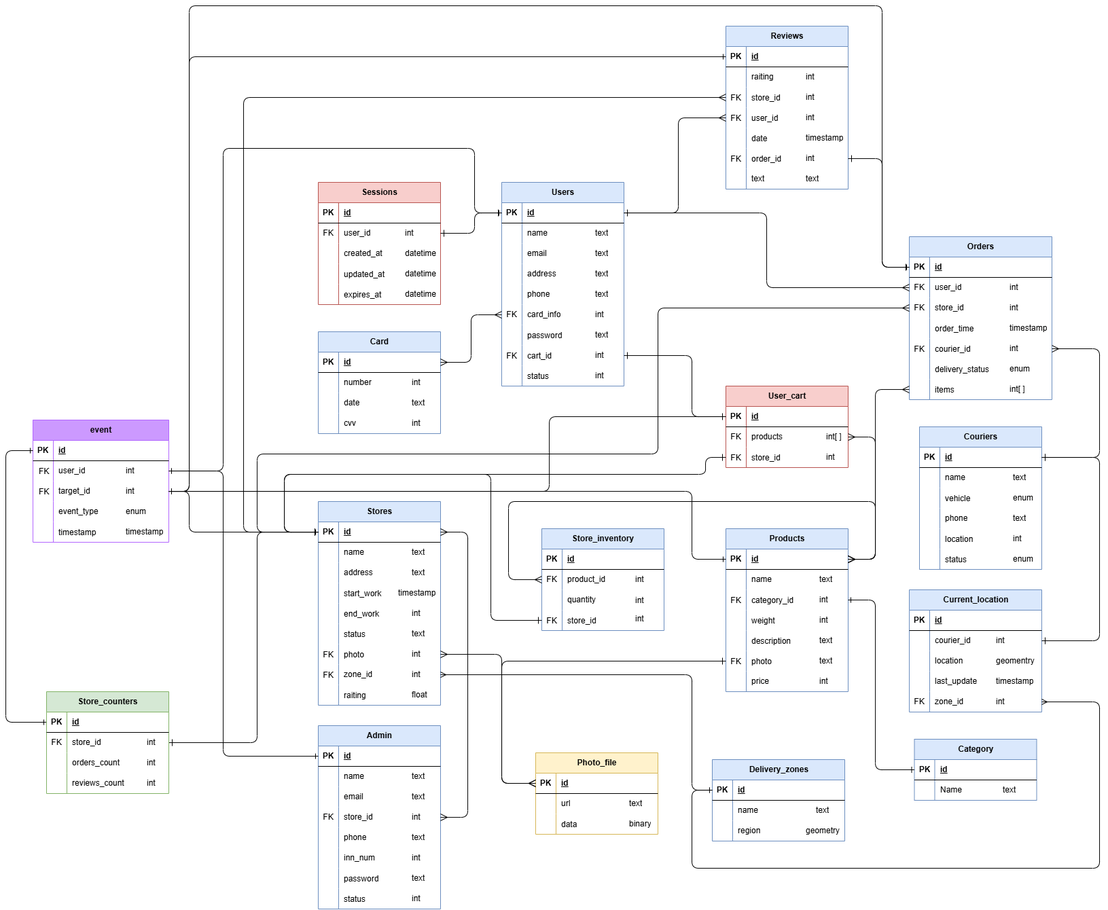
Earlier version of the draw.io export Логическая БД DZ5.png (Tovardas/TP_Highload_YandexEda). Source tidied: cells renumbered, new cells last; positions are measured from the earlier drawing's top-left corner, leaving out a move shared by most shapes.
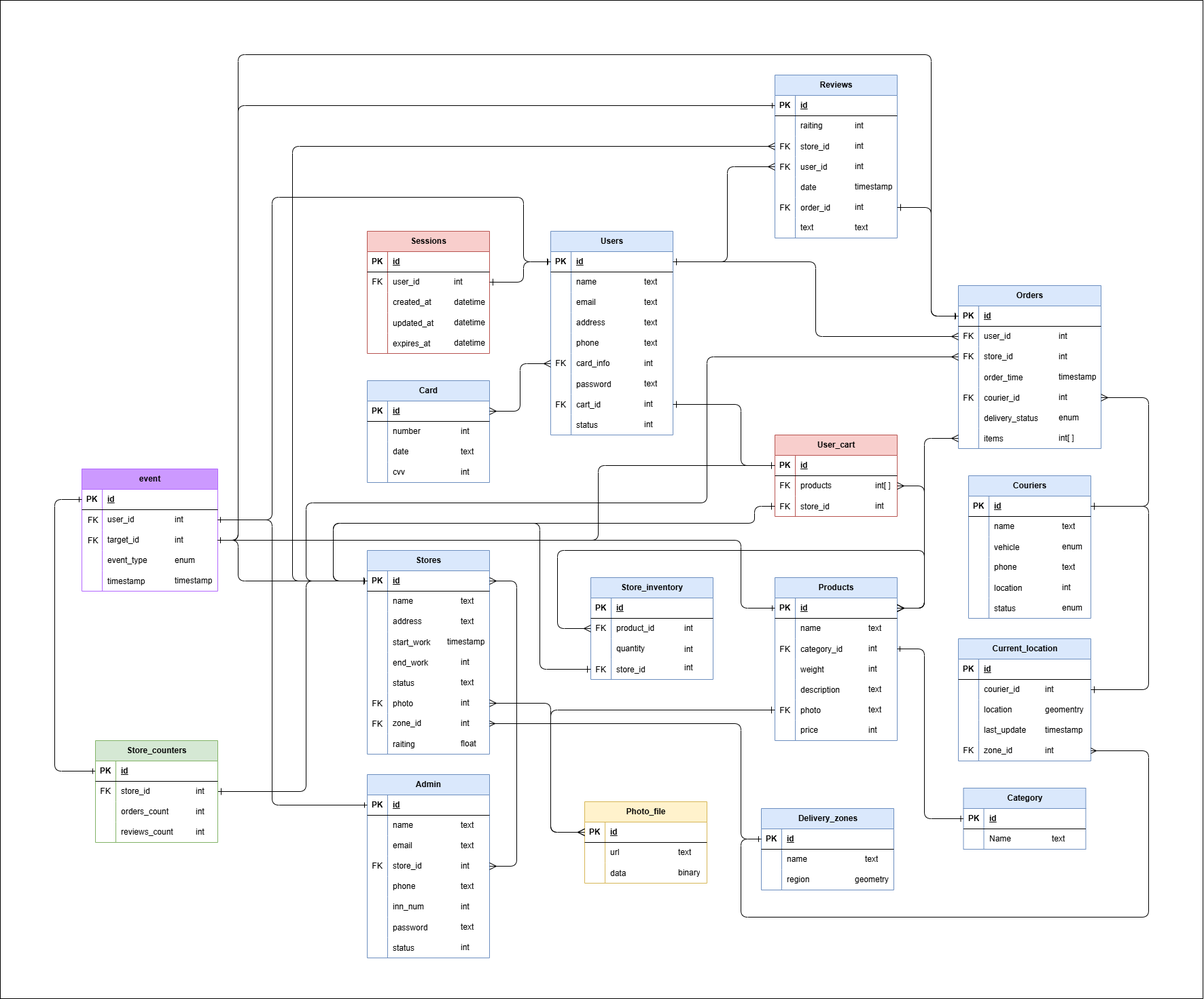
Later version of the same file.

What changed in the source:
```diff
@@ -2,6 +2,9 @@
   <root>
     <mxCell id="0" />
     <mxCell id="1" parent="0" />
+    <mxCell id="402" style="rounded=0;whiteSpace=wrap;html=1;" parent="1" vertex="1">
+      <mxGeometry x="-80" y="-80" width="1770" height="1470" as="geometry" />
+    </mxCell>
     <mxCell id="2" value="Users" style="shape=table;startSize=30;rowLines=0;fontStyle=1;align=center;html=1;fillColor=#dae8fc;strokeColor=#6c8ebf;" parent="1" vertex="1">
       <mxGeometry x="730" y="260" width="180" height="300" as="geometry" />
     </mxCell>
```
